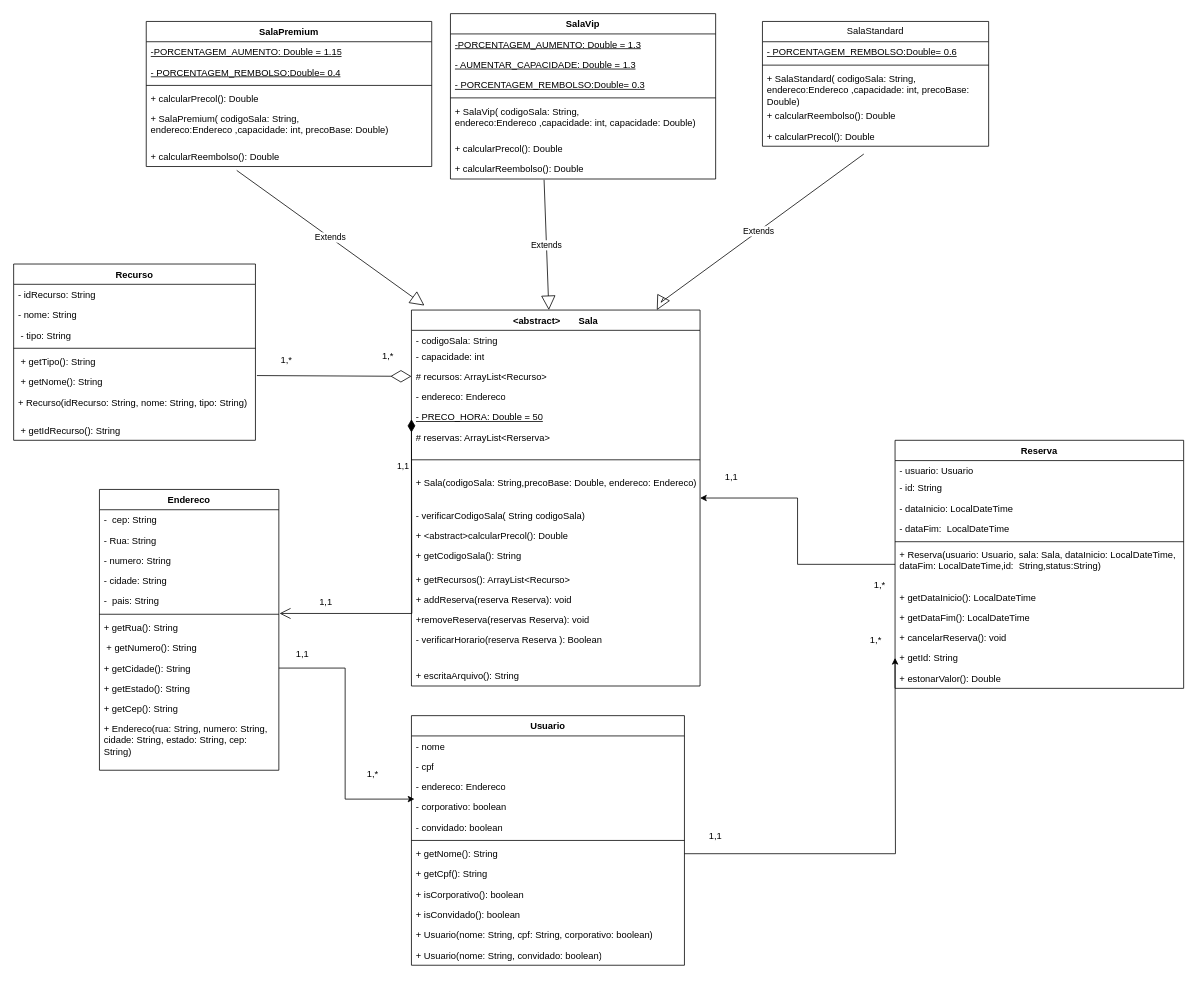
The draw.io diagram docs/diagramas/Xulambs Rooms.drawio in JosueGoulart01/roombookins, before the edit. Source tidied: cells renumbered, new cells numbered last; positions are measured from the earlier drawing's top-left corner, leaving out a move shared by most shapes. Both pictures are drawn from the tidied source at 78%, with x=0, y=0 at pixel (13, 13).
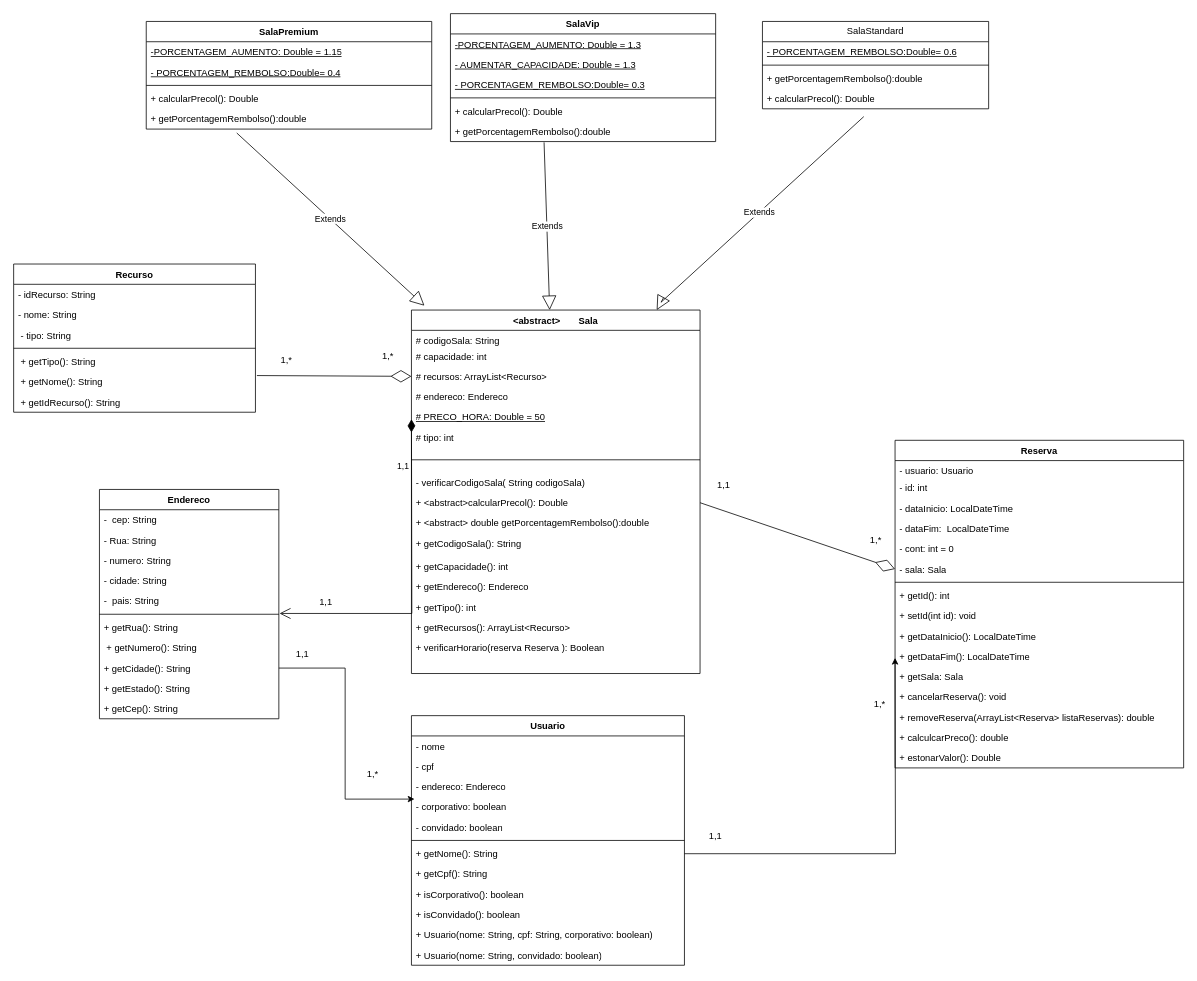
The same page after the edit.

What changed in the source:
```diff
@@
     <mxCell id="2" value="&lt;div&gt;&lt;span style=&quot;background-color: transparent; color: light-dark(rgb(0, 0, 0), rgb(255, 255, 255));&quot;&gt;&amp;lt;abstract&amp;gt;&lt;/span&gt;&lt;span style=&quot;background-color: transparent; color: light-dark(rgb(0, 0, 0), rgb(255, 255, 255));&quot;&gt;&amp;nbsp; &amp;nbsp; &amp;nbsp; &amp;nbsp;Sala&lt;/span&gt;&lt;/div&gt;" style="swimlane;fontStyle=1;align=center;verticalAlign=top;horizontal=1;startSize=26;whiteSpace=wrap;html=1;" parent="1" vertex="1">
-      <mxGeometry x="510" y="380" width="370" height="482" as="geometry" />
+      <mxGeometry x="510" y="380" width="370" height="466" as="geometry" />
     </mxCell>
-    <mxCell id="3" value="- codigoSala: String&lt;div&gt;&lt;br&gt;&lt;/div&gt;&lt;div&gt;&lt;br&gt;&lt;/div&gt;" style="text;strokeColor=none;fillColor=none;align=left;verticalAlign=top;spacingLeft=4;spacingRight=4;overflow=hidden;whiteSpace=wrap;html=1;" parent="2" vertex="1">
+    <mxCell id="3" value="# codigoSala: String&lt;div&gt;&lt;br&gt;&lt;/div&gt;&lt;div&gt;&lt;br&gt;&lt;/div&gt;" style="text;strokeColor=none;fillColor=none;align=left;verticalAlign=top;spacingLeft=4;spacingRight=4;overflow=hidden;whiteSpace=wrap;html=1;" parent="2" vertex="1">
       <mxGeometry y="26" width="370" height="20" as="geometry" />
     </mxCell>
-    <mxCell id="4" value="- capacidade: int" style="text;strokeColor=none;fillColor=none;align=left;verticalAlign=top;spacingLeft=4;spacingRight=4;overflow=hidden;whiteSpace=wrap;html=1;" parent="2" vertex="1">
+    <mxCell id="4" value="# capacidade: int" style="text;strokeColor=none;fillColor=none;align=left;verticalAlign=top;spacingLeft=4;spacingRight=4;overflow=hidden;whiteSpace=wrap;html=1;" parent="2" vertex="1">
       <mxGeometry y="46" width="370" height="26" as="geometry" />
     </mxCell>
@@
-    <mxCell id="6" value="- endereco: Endereco" style="text;strokeColor=none;fillColor=none;align=left;verticalAlign=top;spacingLeft=4;spacingRight=4;overflow=hidden;whiteSpace=wrap;html=1;" parent="2" vertex="1">
+    <mxCell id="6" value="# endereco: Endereco" style="text;strokeColor=none;fillColor=none;align=left;verticalAlign=top;spacingLeft=4;spacingRight=4;overflow=hidden;whiteSpace=wrap;html=1;" parent="2" vertex="1">
       <mxGeometry y="98" width="370" height="26" as="geometry" />
     </mxCell>
@@
-    <mxCell id="8" value="&lt;u&gt;- PRECO_HORA: Double = 50&lt;/u&gt;" style="text;strokeColor=none;fillColor=none;align=left;verticalAlign=top;spacingLeft=4;spacingRight=4;overflow=hidden;whiteSpace=wrap;html=1;" parent="2" vertex="1">
+    <mxCell id="8" value="&lt;u&gt;# PRECO_HORA: Double = 50&lt;/u&gt;" style="text;strokeColor=none;fillColor=none;align=left;verticalAlign=top;spacingLeft=4;spacingRight=4;overflow=hidden;whiteSpace=wrap;html=1;" parent="2" vertex="1">
       <mxGeometry y="124" width="370" height="26" as="geometry" />
     </mxCell>
-    <mxCell id="9" value="# reservas: ArrayList&amp;lt;Rerserva&amp;gt;" style="text;strokeColor=none;fillColor=none;align=left;verticalAlign=top;spacingLeft=4;spacingRight=4;overflow=hidden;whiteSpace=wrap;html=1;" parent="2" vertex="1">
-      <mxGeometry y="150" width="370" height="26" as="geometry" />
-    </mxCell>
+    <mxCell id="105" value="# tipo: int" style="text;strokeColor=none;fillColor=none;align=left;verticalAlign=top;spacingLeft=4;spacingRight=4;overflow=hidden;whiteSpace=wrap;html=1;" parent="2" vertex="1">
+      <mxGeometry y="150" width="370" height="26" as="geometry" />
+    </mxCell>
@@
-    <mxCell id="11" value="+ Sala(codigoSala: String,precoBase: Double, endereco: Endereco)" style="text;strokeColor=none;fillColor=none;align=left;verticalAlign=top;spacingLeft=4;spacingRight=4;overflow=hidden;whiteSpace=wrap;html=1;" parent="2" vertex="1">
-      <mxGeometry y="208" width="370" height="42" as="geometry" />
-    </mxCell>
     <mxCell id="12" value="- verificarCodigoSala( String codigoSala)" style="text;strokeColor=none;fillColor=none;align=left;verticalAlign=top;spacingLeft=4;spacingRight=4;overflow=hidden;whiteSpace=wrap;html=1;" parent="2" vertex="1">
-      <mxGeometry y="250" width="370" height="26" as="geometry" />
+      <mxGeometry y="208" width="370" height="26" as="geometry" />
     </mxCell>
     <mxCell id="13" value="+ &amp;lt;abstract&amp;gt;calcularPrecol(): Double" style="text;strokeColor=none;fillColor=none;align=left;verticalAlign=top;spacingLeft=4;spacingRight=4;overflow=hidden;points=[[0,0.5],[1,0.5]];portConstraint=eastwest;whiteSpace=wrap;html=1;" parent="2" vertex="1">
-      <mxGeometry y="276" width="370" height="26" as="geometry" />
+      <mxGeometry y="234" width="370" height="26" as="geometry" />
     </mxCell>
+    <mxCell id="106" value="+ &amp;lt;abstract&amp;gt; double getPorcentagemRembolso():double" style="text;strokeColor=none;fillColor=none;align=left;verticalAlign=top;spacingLeft=4;spacingRight=4;overflow=hidden;whiteSpace=wrap;html=1;" parent="2" vertex="1">
+      <mxGeometry y="260" width="370" height="26" as="geometry" />
+    </mxCell>
     <mxCell id="14" value="+ getCodigoSala(): String&amp;nbsp;" style="text;strokeColor=none;fillColor=none;align=left;verticalAlign=top;spacingLeft=4;spacingRight=4;overflow=hidden;whiteSpace=wrap;html=1;" parent="2" vertex="1">
-      <mxGeometry y="302" width="370" height="30" as="geometry" />
+      <mxGeometry y="286" width="370" height="30" as="geometry" />
     </mxCell>
+    <mxCell id="107" value="+ getCapacidade(): int" style="text;strokeColor=none;fillColor=none;align=left;verticalAlign=top;spacingLeft=4;spacingRight=4;overflow=hidden;whiteSpace=wrap;html=1;" parent="2" vertex="1">
+      <mxGeometry y="316" width="370" height="26" as="geometry" />
+    </mxCell>
+    <mxCell id="108" value="+ getEndereco(): Endereco" style="text;strokeColor=none;fillColor=none;align=left;verticalAlign=top;spacingLeft=4;spacingRight=4;overflow=hidden;whiteSpace=wrap;html=1;" parent="2" vertex="1">
+      <mxGeometry y="342" width="370" height="26" as="geometry" />
+    </mxCell>
+    <mxCell id="109" value="+ getTipo(): int" style="text;strokeColor=none;fillColor=none;align=left;verticalAlign=top;spacingLeft=4;spacingRight=4;overflow=hidden;whiteSpace=wrap;html=1;" parent="2" vertex="1">
+      <mxGeometry y="368" width="370" height="26" as="geometry" />
+    </mxCell>
     <mxCell id="15" value="+ getRecursos(): ArrayList&amp;lt;Recurso&amp;gt;&amp;nbsp;" style="text;strokeColor=none;fillColor=none;align=left;verticalAlign=top;spacingLeft=4;spacingRight=4;overflow=hidden;whiteSpace=wrap;html=1;" parent="2" vertex="1">
-      <mxGeometry y="332" width="370" height="26" as="geometry" />
+      <mxGeometry y="394" width="370" height="26" as="geometry" />
     </mxCell>
-    <mxCell id="16" value="+&amp;nbsp;addReserva(reserva Reserva): void" style="text;strokeColor=none;fillColor=none;align=left;verticalAlign=top;spacingLeft=4;spacingRight=4;overflow=hidden;whiteSpace=wrap;html=1;" parent="2" vertex="1">
-      <mxGeometry y="358" width="370" height="26" as="geometry" />
-    </mxCell>
-    <mxCell id="17" value="+removeReserva(reservas Reserva): void" style="text;strokeColor=none;fillColor=none;align=left;verticalAlign=top;spacingLeft=4;spacingRight=4;overflow=hidden;whiteSpace=wrap;html=1;" parent="2" vertex="1">
-      <mxGeometry y="384" width="370" height="26" as="geometry" />
-    </mxCell>
-    <mxCell id="18" value="- verificarHorario(reserva Reserva ): Boolean" style="text;strokeColor=none;fillColor=none;align=left;verticalAlign=top;spacingLeft=4;spacingRight=4;overflow=hidden;whiteSpace=wrap;html=1;" parent="2" vertex="1">
-      <mxGeometry y="410" width="370" height="46" as="geometry" />
+    <mxCell id="18" value="+ verificarHorario(reserva Reserva ): Boolean" style="text;strokeColor=none;fillColor=none;align=left;verticalAlign=top;spacingLeft=4;spacingRight=4;overflow=hidden;whiteSpace=wrap;html=1;" parent="2" vertex="1">
+      <mxGeometry y="420" width="370" height="46" as="geometry" />
     </mxCell>
-    <mxCell id="19" value="+ escritaArquivo(): String&amp;nbsp;" style="text;strokeColor=none;fillColor=none;align=left;verticalAlign=top;spacingLeft=4;spacingRight=4;overflow=hidden;whiteSpace=wrap;html=1;" parent="2" vertex="1">
-      <mxGeometry y="456" width="370" height="26" as="geometry" />
-    </mxCell>
-    <mxCell id="20" style="edgeStyle=orthogonalEdgeStyle;rounded=0;jettySize=auto;html=1;entryX=1;entryY=0.5;entryDx=0;entryDy=0;" parent="1" edge="1" source="21" target="2">
-      <mxGeometry relative="1" as="geometry" />
-    </mxCell>
     <mxCell id="21" value="Reserva" style="swimlane;fontStyle=1;align=center;verticalAlign=top;horizontal=1;startSize=26;whiteSpace=wrap;html=1;" parent="1" vertex="1">
-      <mxGeometry x="1130" y="547" width="370" height="318" as="geometry" />
+      <mxGeometry x="1130" y="547" width="370" height="420" as="geometry" />
     </mxCell>
@@
-    <mxCell id="23" value="- id: String" style="text;strokeColor=none;fillColor=none;align=left;verticalAlign=top;spacingLeft=4;spacingRight=4;overflow=hidden;whiteSpace=wrap;html=1;" parent="21" vertex="1">
+    <mxCell id="23" value="- id: int" style="text;strokeColor=none;fillColor=none;align=left;verticalAlign=top;spacingLeft=4;spacingRight=4;overflow=hidden;whiteSpace=wrap;html=1;" parent="21" vertex="1">
       <mxGeometry y="48" width="370" height="26" as="geometry" />
     </mxCell>
@@
+    <mxCell id="110" value="- cont: int = 0" style="text;strokeColor=none;fillColor=none;align=left;verticalAlign=top;spacingLeft=4;spacingRight=4;overflow=hidden;whiteSpace=wrap;html=1;" parent="21" vertex="1">
+      <mxGeometry y="126" width="370" height="26" as="geometry" />
+    </mxCell>
+    <mxCell id="111" value="- sala: Sala" style="text;strokeColor=none;fillColor=none;align=left;verticalAlign=top;spacingLeft=4;spacingRight=4;overflow=hidden;points=[[0,0.5],[1,0.5]];portConstraint=eastwest;whiteSpace=wrap;html=1;" parent="21" vertex="1">
+      <mxGeometry y="152" width="370" height="26" as="geometry" />
+    </mxCell>
     <mxCell id="26" style="line;strokeWidth=1;fillColor=none;align=left;verticalAlign=middle;spacingTop=-1;spacingLeft=3;spacingRight=3;labelPosition=right;strokeColor=inherit;" parent="21" vertex="1">
-      <mxGeometry y="126" width="370" height="8" as="geometry" />
+      <mxGeometry y="178" width="370" height="8" as="geometry" />
     </mxCell>
-    <mxCell id="27" value="+ Reserva(usuario: Usuario, sala: Sala, dataInicio: LocalDateTime, dataFim: LocalDateTime,id:&amp;nbsp; String,status:String)" style="text;strokeColor=none;fillColor=none;align=left;verticalAlign=top;spacingLeft=4;spacingRight=4;overflow=hidden;whiteSpace=wrap;html=1;" parent="21" vertex="1">
-      <mxGeometry y="134" width="370" height="54" as="geometry" />
-    </mxCell>
+    <mxCell id="112" value="+ getId(): int" style="text;strokeColor=none;fillColor=none;align=left;verticalAlign=top;spacingLeft=4;spacingRight=4;overflow=hidden;whiteSpace=wrap;html=1;" parent="21" vertex="1">
+      <mxGeometry y="186" width="370" height="26" as="geometry" />
+    </mxCell>
+    <mxCell id="113" value="+ setId(int id): void" style="text;strokeColor=none;fillColor=none;align=left;verticalAlign=top;spacingLeft=4;spacingRight=4;overflow=hidden;whiteSpace=wrap;html=1;" parent="21" vertex="1">
+      <mxGeometry y="212" width="370" height="26" as="geometry" />
+    </mxCell>
     <mxCell id="28" value="+ getDataInicio(): LocalDateTime" style="text;strokeColor=none;fillColor=none;align=left;verticalAlign=top;spacingLeft=4;spacingRight=4;overflow=hidden;whiteSpace=wrap;html=1;" parent="21" vertex="1">
-      <mxGeometry y="188" width="370" height="26" as="geometry" />
+      <mxGeometry y="238" width="370" height="26" as="geometry" />
     </mxCell>
     <mxCell id="29" value="+ getDataFim(): LocalDateTime" style="text;strokeColor=none;fillColor=none;align=left;verticalAlign=top;spacingLeft=4;spacingRight=4;overflow=hidden;whiteSpace=wrap;html=1;" parent="21" vertex="1">
-      <mxGeometry y="214" width="370" height="26" as="geometry" />
+      <mxGeometry y="264" width="370" height="26" as="geometry" />
     </mxCell>
+    <mxCell id="114" value="+ getSala: Sala" style="text;strokeColor=none;fillColor=none;align=left;verticalAlign=top;spacingLeft=4;spacingRight=4;overflow=hidden;whiteSpace=wrap;html=1;" parent="21" vertex="1">
+      <mxGeometry y="290" width="370" height="26" as="geometry" />
+    </mxCell>
     <mxCell id="30" value="+ cancelarReserva(): void" style="text;strokeColor=none;fillColor=none;align=left;verticalAlign=top;spacingLeft=4;spacingRight=4;overflow=hidden;whiteSpace=wrap;html=1;" parent="21" vertex="1">
-      <mxGeometry y="240" width="370" height="26" as="geometry" />
+      <mxGeometry y="316" width="370" height="26" as="geometry" />
     </mxCell>
-    <mxCell id="31" value="+ getId: String" style="text;strokeColor=none;fillColor=none;align=left;verticalAlign=top;spacingLeft=4;spacingRight=4;overflow=hidden;whiteSpace=wrap;html=1;" parent="21" vertex="1">
-      <mxGeometry y="266" width="370" height="26" as="geometry" />
-    </mxCell>
+    <mxCell id="115" value="+&amp;nbsp;removeReserva(ArrayList&amp;lt;Reserva&amp;gt; listaReservas): double" style="text;strokeColor=none;fillColor=none;align=left;verticalAlign=top;spacingLeft=4;spacingRight=4;overflow=hidden;whiteSpace=wrap;html=1;" parent="21" vertex="1">
+      <mxGeometry y="342" width="370" height="26" as="geometry" />
+    </mxCell>
+    <mxCell id="116" value="+ calculcarPreco(): double" style="text;strokeColor=none;fillColor=none;align=left;verticalAlign=top;spacingLeft=4;spacingRight=4;overflow=hidden;whiteSpace=wrap;html=1;" parent="21" vertex="1">
+      <mxGeometry y="368" width="370" height="26" as="geometry" />
+    </mxCell>
     <mxCell id="32" value="+ estonarValor(): Double" style="text;strokeColor=none;fillColor=none;align=left;verticalAlign=top;spacingLeft=4;spacingRight=4;overflow=hidden;whiteSpace=wrap;html=1;" parent="21" vertex="1">
-      <mxGeometry y="292" width="370" height="26" as="geometry" />
+      <mxGeometry y="394" width="370" height="26" as="geometry" />
     </mxCell>
@@
     <mxCell id="46" value="Endereco" style="swimlane;fontStyle=1;align=center;verticalAlign=top;horizontal=1;startSize=26;whiteSpace=wrap;html=1;" parent="1" vertex="1">
-      <mxGeometry x="110" y="610" width="230" height="360" as="geometry" />
+      <mxGeometry x="110" y="610" width="230" height="294" as="geometry" />
     </mxCell>
@@
-    <mxCell id="59" value="+ Endereco(rua: String, numero: String, cidade: String, estado: String, cep: String)" style="text;strokeColor=none;fillColor=none;align=left;verticalAlign=top;spacingLeft=4;spacingRight=4;overflow=hidden;whiteSpace=wrap;html=1;" parent="46" vertex="1">
-      <mxGeometry y="294" width="230" height="66" as="geometry" />
-    </mxCell>
     <mxCell id="60" value="1,1" style="text;html=1;align=center;verticalAlign=middle;strokeColor=none;fillColor=none;" parent="1" vertex="1">
-      <mxGeometry x="900" y="580" width="40" height="30" as="geometry" />
+      <mxGeometry x="890" y="590" width="40" height="30" as="geometry" />
     </mxCell>
@@
     <mxCell id="64" value="Recurso" style="swimlane;fontStyle=1;align=center;verticalAlign=top;horizontal=1;startSize=26;whiteSpace=wrap;html=1;" parent="1" vertex="1">
-      <mxGeometry y="321" width="310" height="226" as="geometry" />
+      <mxGeometry y="321" width="310" height="190" as="geometry" />
     </mxCell>
@@
-    <mxCell id="71" value="+ Recurso(idRecurso: String, nome: String, tipo: String)" style="text;strokeColor=none;fillColor=none;align=left;verticalAlign=top;spacingLeft=4;spacingRight=4;overflow=hidden;whiteSpace=wrap;html=1;" parent="64" vertex="1">
-      <mxGeometry y="164" width="310" height="36" as="geometry" />
-    </mxCell>
     <mxCell id="72" value="&amp;nbsp;+ getIdRecurso(): String&amp;nbsp;" style="text;strokeColor=none;fillColor=none;align=left;verticalAlign=top;spacingLeft=4;spacingRight=4;overflow=hidden;whiteSpace=wrap;html=1;" parent="64" vertex="1">
-      <mxGeometry y="200" width="310" height="26" as="geometry" />
+      <mxGeometry y="164" width="310" height="26" as="geometry" />
     </mxCell>
@@
     <mxCell id="74" value="SalaPremium" style="swimlane;fontStyle=1;align=center;verticalAlign=top;horizontal=1;startSize=26;whiteSpace=wrap;html=1;" parent="1" vertex="1">
-      <mxGeometry x="170" y="10" width="366" height="186" as="geometry" />
+      <mxGeometry x="170" y="10" width="366" height="138" as="geometry" />
     </mxCell>
@@
-    <mxCell id="79" value="+&amp;nbsp;SalaPremium( codigoSala: String, endereco:Endereco&amp;nbsp;,capacidade: int, precoBase: Double)" style="text;strokeColor=none;fillColor=none;align=left;verticalAlign=top;spacingLeft=4;spacingRight=4;overflow=hidden;whiteSpace=wrap;html=1;" parent="74" vertex="1">
-      <mxGeometry y="112" width="366" height="48" as="geometry" />
-    </mxCell>
-    <mxCell id="80" value="+ calcularReembolso(): Double" style="text;strokeColor=none;fillColor=none;align=left;verticalAlign=top;spacingLeft=4;spacingRight=4;overflow=hidden;points=[[0,0.5],[1,0.5]];portConstraint=eastwest;whiteSpace=wrap;html=1;" parent="74" vertex="1">
-      <mxGeometry y="160" width="366" height="26" as="geometry" />
+    <mxCell id="80" value="+ getPorcentagemRembolso():double" style="text;strokeColor=none;fillColor=none;align=left;verticalAlign=top;spacingLeft=4;spacingRight=4;overflow=hidden;points=[[0,0.5],[1,0.5]];portConstraint=eastwest;whiteSpace=wrap;html=1;" parent="74" vertex="1">
+      <mxGeometry y="112" width="366" height="26" as="geometry" />
     </mxCell>
     <mxCell id="81" value="SalaVip" style="swimlane;fontStyle=1;align=center;verticalAlign=top;horizontal=1;startSize=26;whiteSpace=wrap;html=1;" parent="1" vertex="1">
-      <mxGeometry x="560" width="340" height="212" as="geometry" />
+      <mxGeometry x="560" width="340" height="164" as="geometry" />
     </mxCell>
@@
-    <mxCell id="86" value="+&amp;nbsp;SalaVip( codigoSala: String, endereco:Endereco&amp;nbsp;,capacidade: int, capacidade: Double)" style="text;strokeColor=none;fillColor=none;align=left;verticalAlign=top;spacingLeft=4;spacingRight=4;overflow=hidden;whiteSpace=wrap;html=1;" parent="81" vertex="1">
-      <mxGeometry y="112" width="340" height="48" as="geometry" />
-    </mxCell>
     <mxCell id="87" value="+ calcularPrecol(): Double" style="text;strokeColor=none;fillColor=none;align=left;verticalAlign=top;spacingLeft=4;spacingRight=4;overflow=hidden;whiteSpace=wrap;html=1;" parent="81" vertex="1">
-      <mxGeometry y="160" width="340" height="26" as="geometry" />
+      <mxGeometry y="112" width="340" height="26" as="geometry" />
     </mxCell>
-    <mxCell id="88" value="+ calcularReembolso(): Double" style="text;strokeColor=none;fillColor=none;align=left;verticalAlign=top;spacingLeft=4;spacingRight=4;overflow=hidden;points=[[0,0.5],[1,0.5]];portConstraint=eastwest;whiteSpace=wrap;html=1;" parent="81" vertex="1">
-      <mxGeometry y="186" width="340" height="26" as="geometry" />
+    <mxCell id="88" value="+ getPorcentagemRembolso():double" style="text;strokeColor=none;fillColor=none;align=left;verticalAlign=top;spacingLeft=4;spacingRight=4;overflow=hidden;points=[[0,0.5],[1,0.5]];portConstraint=eastwest;whiteSpace=wrap;html=1;" parent="81" vertex="1">
+      <mxGeometry y="138" width="340" height="26" as="geometry" />
     </mxCell>
     <mxCell id="89" value="SalaStandard" style="swimlane;fontStyle=0;horizontal=1;startSize=26;fillColor=none;whiteSpace=wrap;html=1;" parent="1" vertex="1">
-      <mxGeometry x="960" y="10" width="290" height="160" as="geometry" />
+      <mxGeometry x="960" y="10" width="290" height="112" as="geometry" />
     </mxCell>
@@
-    <mxCell id="92" value="+&amp;nbsp;SalaStandard( codigoSala: String, endereco:Endereco&amp;nbsp;,capacidade: int, precoBase: Double)" style="text;strokeColor=none;fillColor=none;align=left;verticalAlign=top;spacingLeft=4;spacingRight=4;overflow=hidden;whiteSpace=wrap;html=1;" parent="89" vertex="1">
-      <mxGeometry y="60" width="290" height="48" as="geometry" />
-    </mxCell>
-    <mxCell id="93" value="+ calcularReembolso(): Double" style="text;strokeColor=none;fillColor=none;align=left;verticalAlign=top;spacingLeft=4;spacingRight=4;overflow=hidden;whiteSpace=wrap;html=1;" parent="89" vertex="1">
-      <mxGeometry y="108" width="290" height="26" as="geometry" />
+    <mxCell id="93" value="+ getPorcentagemRembolso():double" style="text;strokeColor=none;fillColor=none;align=left;verticalAlign=top;spacingLeft=4;spacingRight=4;overflow=hidden;whiteSpace=wrap;html=1;" parent="89" vertex="1">
+      <mxGeometry y="60" width="290" height="26" as="geometry" />
     </mxCell>
     <mxCell id="94" value="+ calcularPrecol(): Double" style="text;strokeColor=none;fillColor=none;align=left;verticalAlign=top;spacingLeft=4;spacingRight=4;overflow=hidden;points=[[0,0.5],[1,0.5]];portConstraint=eastwest;whiteSpace=wrap;html=1;" parent="89" vertex="1">
-      <mxGeometry y="134" width="290" height="26" as="geometry" />
+      <mxGeometry y="86" width="290" height="26" as="geometry" />
     </mxCell>
@@
     <mxCell id="99" value="1,*" style="text;html=1;align=center;verticalAlign=middle;strokeColor=none;fillColor=none;" parent="1" vertex="1">
-      <mxGeometry x="1085" y="788" width="40" height="30" as="geometry" />
+      <mxGeometry x="1090" y="870" width="40" height="30" as="geometry" />
     </mxCell>
@@
     <mxCell id="104" value="1,*" style="text;html=1;align=center;verticalAlign=middle;strokeColor=none;fillColor=none;" parent="1" vertex="1">
-      <mxGeometry x="1090" y="718" width="40" height="30" as="geometry" />
+      <mxGeometry x="1085" y="660" width="40" height="30" as="geometry" />
     </mxCell>
+    <mxCell id="117" style="endArrow=diamondThin;endFill=0;endSize=24;html=1;rounded=0;entryX=0;entryY=0.5;entryDx=0;entryDy=0;exitX=1;exitY=0.5;exitDx=0;exitDy=0;" parent="1" edge="1" source="13" target="111">
+      <mxGeometry relative="1" as="geometry" />
+    </mxCell>
```
